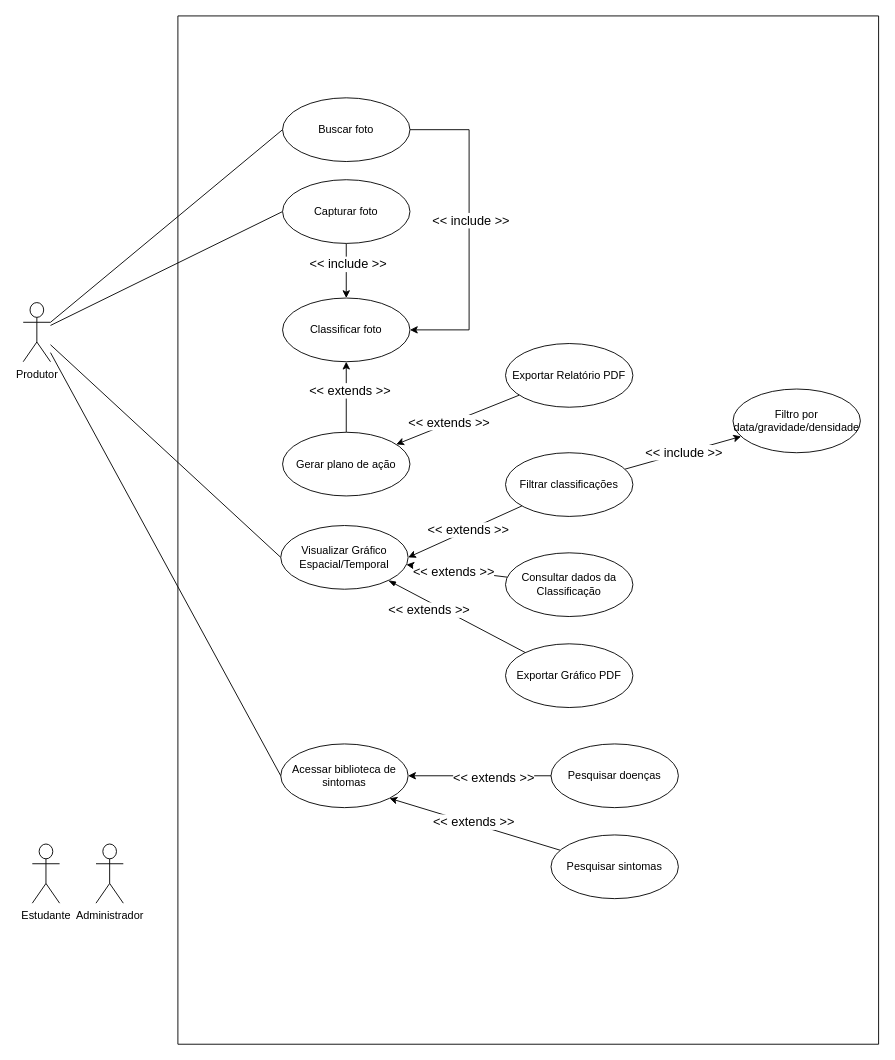
Above: uml/caso_de_uso_blackspot.drawio in guilhermexmada/pi-ponskan (draw.io), before the change. Source tidied: cells renumbered, new cells numbered last; positions are measured from the earlier drawing's top-left corner, leaving out a move shared by most shapes. Both pictures are drawn from the tidied source at 91%, with x=0, y=0 at pixel (23, 15).
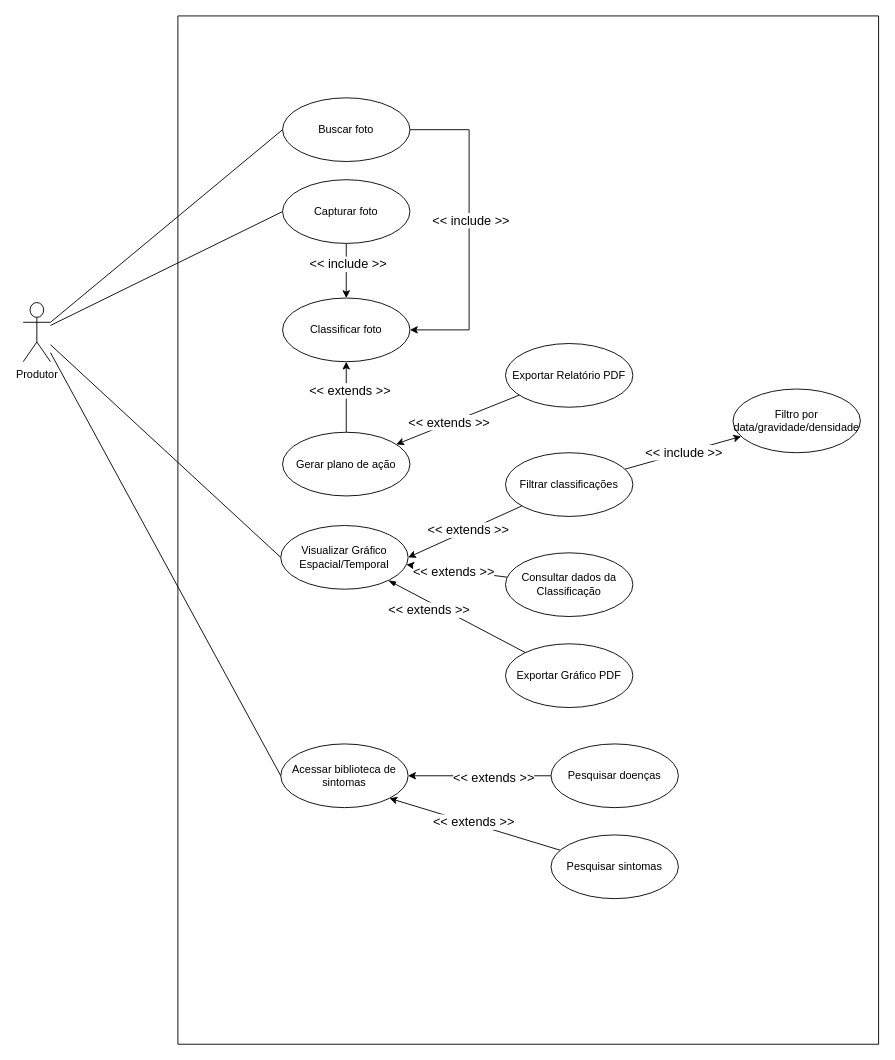
The same diagram, later.

Commit message:
revisando atores

Change to the diagram source:
```diff
@@
-    <mxCell id="5" value="Estudante" style="shape=umlActor;verticalLabelPosition=bottom;verticalAlign=top;html=1;" parent="1" vertex="1">
-      <mxGeometry x="10" y="910" width="30" height="65" as="geometry" />
-    </mxCell>
@@
-    <mxCell id="40" value="Administrador" style="shape=umlActor;verticalLabelPosition=bottom;verticalAlign=top;html=1;" parent="1" vertex="1">
-      <mxGeometry x="80" y="910" width="30" height="65" as="geometry" />
-    </mxCell>
```
